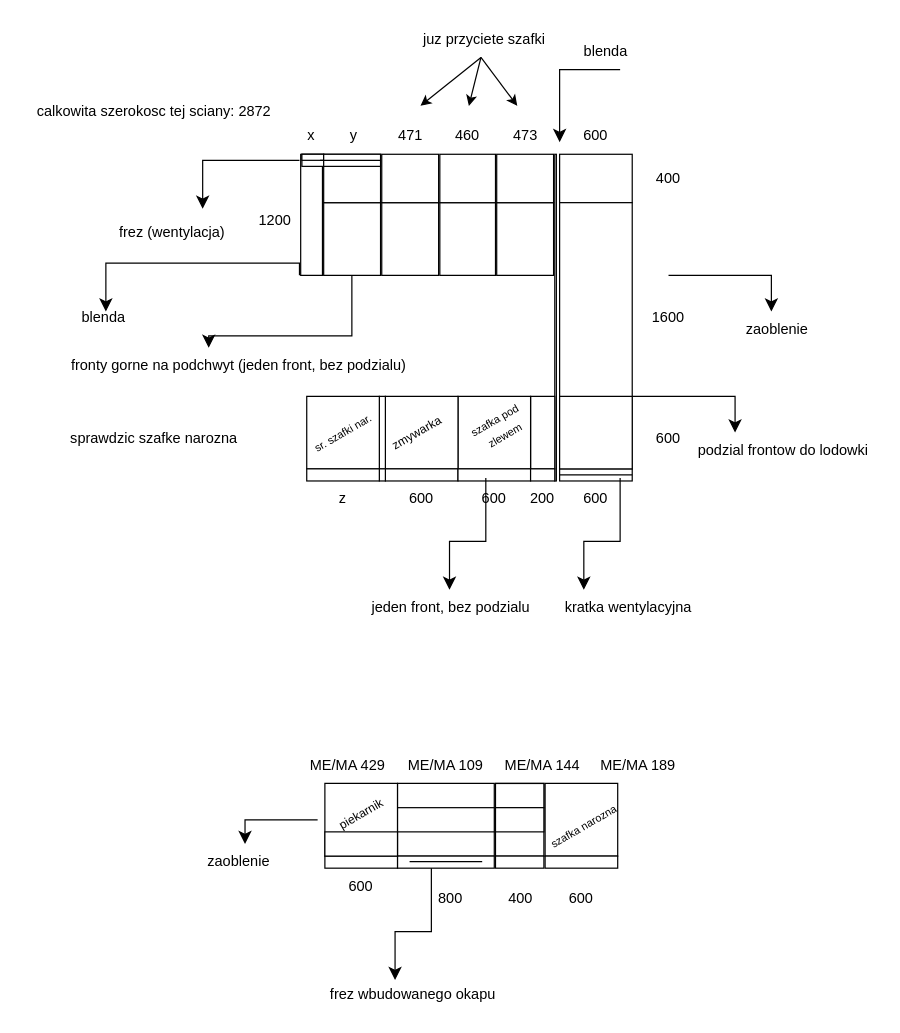
Before: kuchnia3.drawio in kingasledz/cookie-clicker, a draw.io diagram. Source tidied: cells renumbered, new cells numbered last; positions are measured from the earlier drawing's top-left corner, leaving out a move shared by most shapes. Both pictures are drawn from the tidied source at 121%, with x=0, y=0 at pixel (1, 21).
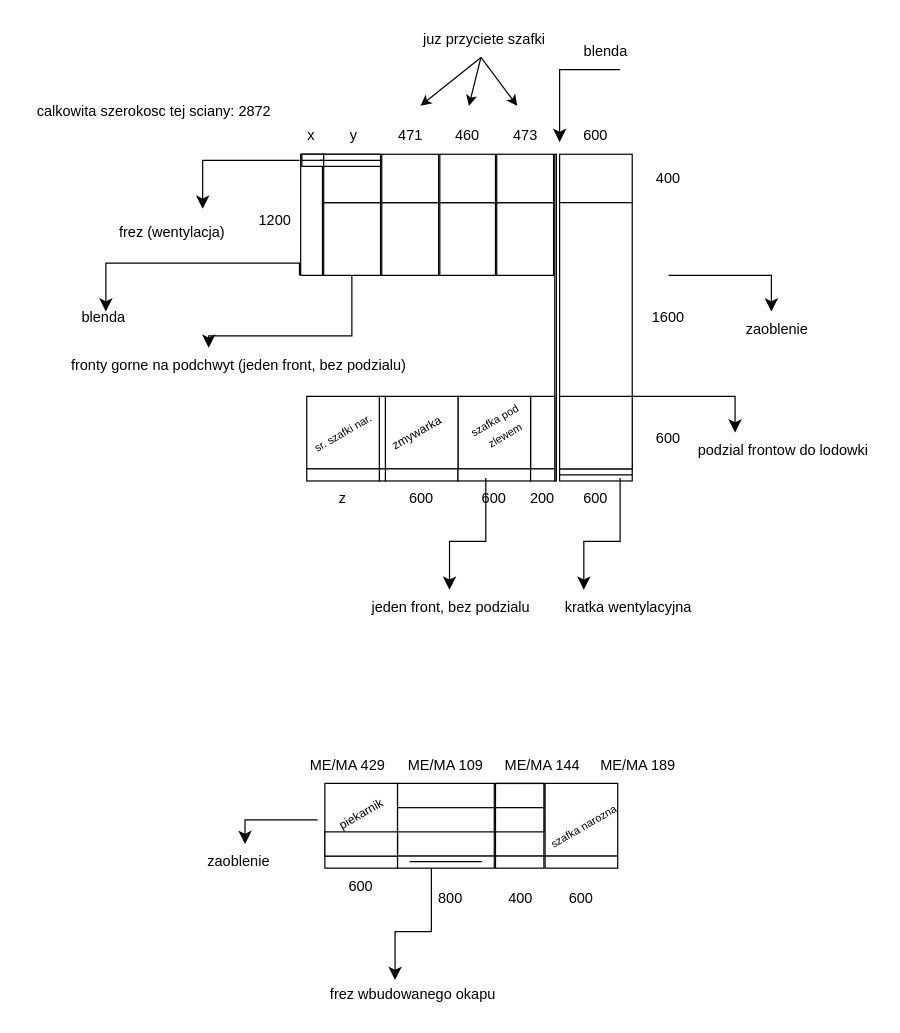
Above is the later version.

What changed in the source:
```diff
@@
-    <mxCell id="50" value="sprawdzic szafke narozna" style="text;html=1;whiteSpace=wrap;strokeColor=none;fillColor=none;align=center;verticalAlign=middle;rounded=0;" parent="1" vertex="1">
-      <mxGeometry x="46" y="330" width="160" height="30" as="geometry" />
-    </mxCell>
```
